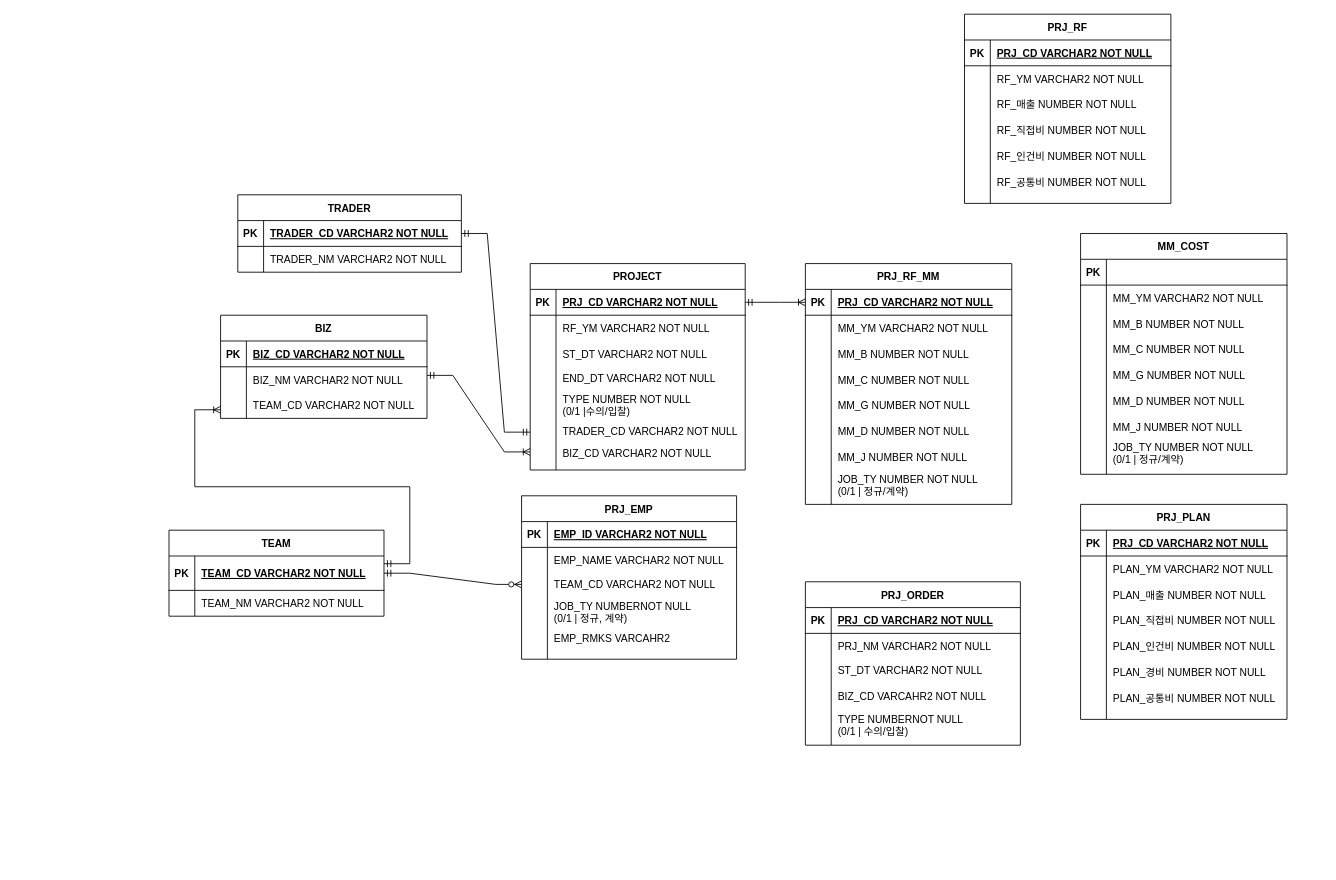
The draw.io diagram Untitled Diagram.drawio in wonjongah/wonjongah.github.io, before the edit. Source tidied: cells renumbered, new cells numbered last; positions are measured from the earlier drawing's top-left corner, leaving out a move shared by most shapes. Both pictures are drawn from the tidied source at 86%, with x=0, y=0 at pixel (169, 14).
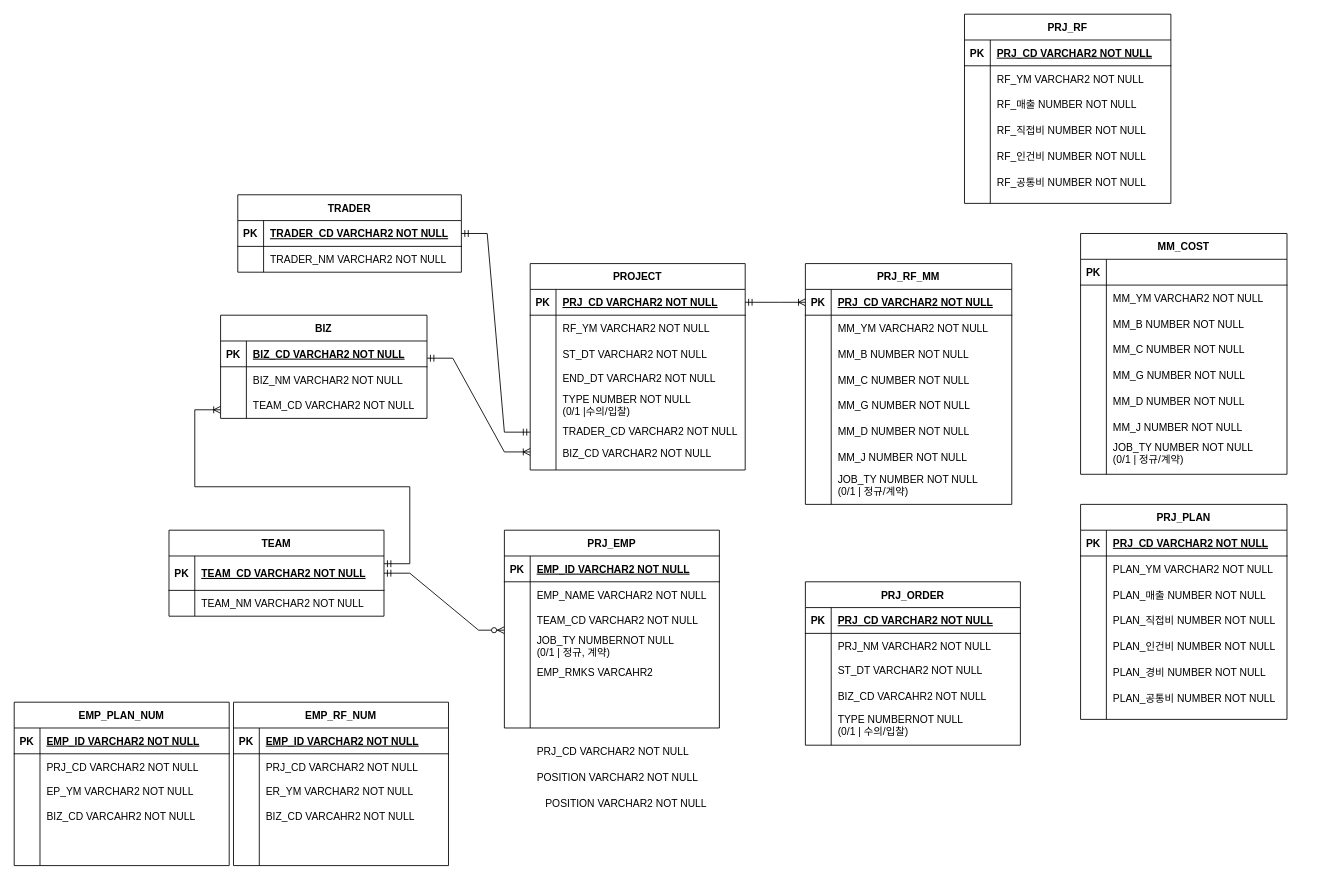
The same diagram, later.

What changed in the source:
```diff
@@
     <mxCell id="72" value="PRJ_EMP" style="shape=table;startSize=30;childLayout=tableLayout;rowLines=0;fontStyle=1;align=center;" parent="1" vertex="1">
-      <mxGeometry x="410" y="560" width="250" height="190" as="geometry" />
+      <mxGeometry x="390" y="600" width="250" height="230" as="geometry" />
     </mxCell>
@@
     <mxCell id="76" style="shape=partialRectangle;fillColor=none;points=[[0,0.5],[1,0.5]];portConstraint=eastwest;top=0;left=0;right=0;bottom=0;" parent="72" vertex="1">
-      <mxGeometry y="60" width="250" height="130" as="geometry" />
+      <mxGeometry y="60" width="250" height="170" as="geometry" />
     </mxCell>
     <mxCell id="77" style="shape=partialRectangle;overflow=hidden;fillColor=none;top=0;left=0;bottom=0;right=0;" parent="76" vertex="1">
-      <mxGeometry width="30" height="130" as="geometry" />
+      <mxGeometry width="30" height="170" as="geometry" />
     </mxCell>
     <mxCell id="78" style="shape=partialRectangle;overflow=hidden;fillColor=none;top=0;left=0;bottom=0;right=0;align=left;spacingLeft=6;" parent="76" vertex="1">
-      <mxGeometry x="30" width="220" height="130" as="geometry" />
+      <mxGeometry x="30" width="220" height="170" as="geometry" />
     </mxCell>
     <mxCell id="79" value="EMP_NAME VARCHAR2 NOT NULL" style="shape=partialRectangle;overflow=hidden;fillColor=none;top=0;left=0;bottom=0;right=0;align=left;spacingLeft=6;" parent="1" vertex="1">
-      <mxGeometry x="440" y="620" width="220" height="30" as="geometry" />
+      <mxGeometry x="420" y="660" width="220" height="30" as="geometry" />
     </mxCell>
     <mxCell id="80" value="TEAM_CD VARCHAR2 NOT NULL" style="shape=partialRectangle;overflow=hidden;fillColor=none;top=0;left=0;bottom=0;right=0;align=left;spacingLeft=6;" parent="1" vertex="1">
-      <mxGeometry x="440" y="648" width="220" height="30" as="geometry" />
+      <mxGeometry x="420" y="690" width="220" height="30" as="geometry" />
     </mxCell>
     <mxCell id="81" value="JOB_TY NUMBERNOT NULL&#10;(0/1 | 정규, 계약)" style="shape=partialRectangle;overflow=hidden;fillColor=none;top=0;left=0;bottom=0;right=0;align=left;spacingLeft=6;" parent="1" vertex="1">
-      <mxGeometry x="440" y="680" width="220" height="30" as="geometry" />
+      <mxGeometry x="420" y="720" width="220" height="30" as="geometry" />
     </mxCell>
     <mxCell id="82" value="EMP_RMKS VARCAHR2 " style="shape=partialRectangle;overflow=hidden;fillColor=none;top=0;left=0;bottom=0;right=0;align=left;spacingLeft=6;" parent="1" vertex="1">
-      <mxGeometry x="440" y="710" width="220" height="30" as="geometry" />
+      <mxGeometry x="420" y="750" width="220" height="30" as="geometry" />
     </mxCell>
@@
     <mxCell id="98" style="edgeStyle=entityRelationEdgeStyle;fontSize=12;html=1;endArrow=ERoneToMany;startArrow=ERmandOne;rounded=0;" parent="1" edge="1">
       <mxGeometry relative="1" as="geometry">
-        <mxPoint x="300" y="420" as="sourcePoint" />
+        <mxPoint x="300" y="400" as="sourcePoint" />
         <mxPoint x="420" y="509" as="targetPoint" />
       </mxGeometry>
     </mxCell>
@@
+    <mxCell id="126" value="PRJ_CD VARCHAR2 NOT NULL " style="shape=partialRectangle;overflow=hidden;fillColor=none;top=0;left=0;bottom=0;right=0;align=left;spacingLeft=6;fontStyle=0;" parent="1" vertex="1">
+      <mxGeometry x="420" y="842" width="220" height="30" as="geometry" />
+    </mxCell>
+    <mxCell id="127" value="POSITION VARCHAR2 NOT NULL " style="shape=partialRectangle;overflow=hidden;fillColor=none;top=0;left=0;bottom=0;right=0;align=left;spacingLeft=6;fontStyle=0;" parent="1" vertex="1">
+      <mxGeometry x="420" y="872" width="220" height="30" as="geometry" />
+    </mxCell>
+    <mxCell id="128" value="POSITION VARCHAR2 NOT NULL " style="shape=partialRectangle;overflow=hidden;fillColor=none;top=0;left=0;bottom=0;right=0;align=left;spacingLeft=6;fontStyle=0;" parent="1" vertex="1">
+      <mxGeometry x="430" y="902" width="220" height="30" as="geometry" />
+    </mxCell>
+    <mxCell id="129" value="EMP_RF_NUM" style="shape=table;startSize=30;childLayout=tableLayout;rowLines=0;fontStyle=1;align=center;" parent="1" vertex="1">
+      <mxGeometry x="75" y="800" width="250" height="190" as="geometry" />
+    </mxCell>
+    <mxCell id="130" style="shape=partialRectangle;fillColor=none;top=0;left=0;right=0;bottom=1;" parent="129" vertex="1">
+      <mxGeometry y="30" width="250" height="30" as="geometry" />
+    </mxCell>
+    <mxCell id="131" value="PK" style="shape=partialRectangle;overflow=hidden;fillColor=none;top=0;left=0;bottom=0;right=0;fontStyle=1;" parent="130" vertex="1">
+      <mxGeometry width="30" height="30" as="geometry" />
+    </mxCell>
+    <mxCell id="132" value="EMP_ID VARCHAR2 NOT NULL " style="shape=partialRectangle;overflow=hidden;fillColor=none;top=0;left=0;bottom=0;right=0;align=left;spacingLeft=6;fontStyle=5;" parent="130" vertex="1">
+      <mxGeometry x="30" width="220" height="30" as="geometry" />
+    </mxCell>
+    <mxCell id="133" style="shape=partialRectangle;fillColor=none;top=0;left=0;right=0;bottom=0;" parent="129" vertex="1">
+      <mxGeometry y="60" width="250" height="130" as="geometry" />
+    </mxCell>
+    <mxCell id="134" style="shape=partialRectangle;overflow=hidden;fillColor=none;top=0;left=0;bottom=0;right=0;" parent="133" vertex="1">
+      <mxGeometry width="30" height="130" as="geometry" />
+    </mxCell>
+    <mxCell id="135" style="shape=partialRectangle;overflow=hidden;fillColor=none;top=0;left=0;bottom=0;right=0;align=left;spacingLeft=6;" parent="133" vertex="1">
+      <mxGeometry x="30" width="220" height="130" as="geometry" />
+    </mxCell>
+    <mxCell id="136" value="PRJ_CD VARCHAR2 NOT NULL" style="shape=partialRectangle;overflow=hidden;fillColor=none;top=0;left=0;bottom=0;right=0;align=left;spacingLeft=6;" parent="1" vertex="1">
+      <mxGeometry x="105" y="860" width="220" height="30" as="geometry" />
+    </mxCell>
+    <mxCell id="137" value="BIZ_CD VARCAHR2 NOT NULL" style="shape=partialRectangle;overflow=hidden;fillColor=none;top=0;left=0;bottom=0;right=0;align=left;spacingLeft=6;" parent="1" vertex="1">
+      <mxGeometry x="105" y="918" width="220" height="30" as="geometry" />
+    </mxCell>
+    <mxCell id="138" value="EMP_PLAN_NUM" style="shape=table;startSize=30;childLayout=tableLayout;rowLines=0;fontStyle=1;align=center;" parent="1" vertex="1">
+      <mxGeometry x="-180" y="800" width="250" height="190" as="geometry" />
+    </mxCell>
+    <mxCell id="139" style="shape=partialRectangle;fillColor=none;top=0;left=0;right=0;bottom=1;" parent="138" vertex="1">
+      <mxGeometry y="30" width="250" height="30" as="geometry" />
+    </mxCell>
+    <mxCell id="140" value="PK" style="shape=partialRectangle;overflow=hidden;fillColor=none;top=0;left=0;bottom=0;right=0;fontStyle=1;" parent="139" vertex="1">
+      <mxGeometry width="30" height="30" as="geometry" />
+    </mxCell>
+    <mxCell id="141" value="EMP_ID VARCHAR2 NOT NULL " style="shape=partialRectangle;overflow=hidden;fillColor=none;top=0;left=0;bottom=0;right=0;align=left;spacingLeft=6;fontStyle=5;" parent="139" vertex="1">
+      <mxGeometry x="30" width="220" height="30" as="geometry" />
+    </mxCell>
+    <mxCell id="142" style="shape=partialRectangle;fillColor=none;top=0;left=0;right=0;bottom=0;" parent="138" vertex="1">
+      <mxGeometry y="60" width="250" height="130" as="geometry" />
+    </mxCell>
+    <mxCell id="143" style="shape=partialRectangle;overflow=hidden;fillColor=none;top=0;left=0;bottom=0;right=0;" parent="142" vertex="1">
+      <mxGeometry width="30" height="130" as="geometry" />
+    </mxCell>
+    <mxCell id="144" style="shape=partialRectangle;overflow=hidden;fillColor=none;top=0;left=0;bottom=0;right=0;align=left;spacingLeft=6;" parent="142" vertex="1">
+      <mxGeometry x="30" width="220" height="130" as="geometry" />
+    </mxCell>
+    <mxCell id="145" value="PRJ_CD VARCHAR2 NOT NULL" style="shape=partialRectangle;overflow=hidden;fillColor=none;top=0;left=0;bottom=0;right=0;align=left;spacingLeft=6;" parent="1" vertex="1">
+      <mxGeometry x="-150" y="860" width="220" height="30" as="geometry" />
+    </mxCell>
+    <mxCell id="146" value="BIZ_CD VARCAHR2 NOT NULL" style="shape=partialRectangle;overflow=hidden;fillColor=none;top=0;left=0;bottom=0;right=0;align=left;spacingLeft=6;" parent="1" vertex="1">
+      <mxGeometry x="-150" y="918" width="220" height="30" as="geometry" />
+    </mxCell>
+    <mxCell id="147" value="EP_YM VARCHAR2 NOT NULL" style="shape=partialRectangle;overflow=hidden;fillColor=none;top=0;left=0;bottom=0;right=0;align=left;spacingLeft=6;" parent="1" vertex="1">
+      <mxGeometry x="-150" y="888" width="220" height="30" as="geometry" />
+    </mxCell>
+    <mxCell id="148" value="ER_YM VARCHAR2 NOT NULL" style="shape=partialRectangle;overflow=hidden;fillColor=none;top=0;left=0;bottom=0;right=0;align=left;spacingLeft=6;" parent="1" vertex="1">
+      <mxGeometry x="105" y="888" width="220" height="30" as="geometry" />
+    </mxCell>
```
